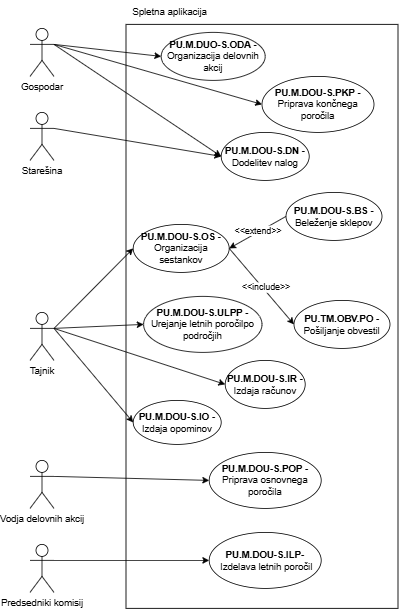
ErnestISv/Lovstvo keeps this draw.io diagram as Delovanje upravnega odbora-Spletna aplikacija.drawio.png. Above is the earlier version. Source tidied: cells renumbered, new cells last; positions are measured from the earlier drawing's top-left corner, leaving out a move shared by most shapes.
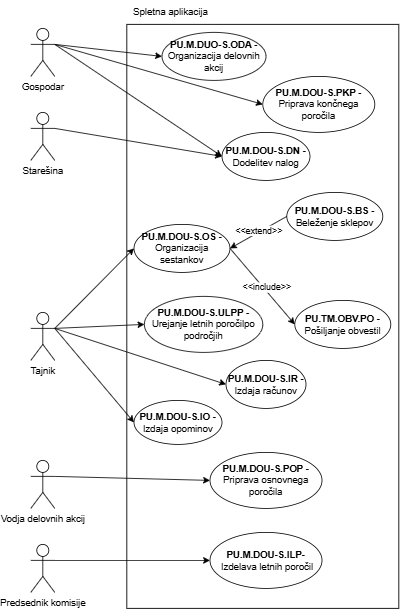
The same diagram one commit later.

The edit, as a diff of the source:
```diff
@@ -83,7 +83,7 @@
     <mxCell id="28" style="endArrow=classic;html=1;rounded=0;exitX=1;exitY=0.3333333333333333;exitDx=0;exitDy=0;exitPerimeter=0;entryX=0;entryY=0.5;entryDx=0;entryDy=0;" parent="1" edge="1" source="26" target="27">
       <mxGeometry relative="1" as="geometry" />
     </mxCell>
-    <mxCell id="29" value="Predsedniki komisij" style="shape=umlActor;verticalLabelPosition=bottom;verticalAlign=top;html=1;outlineConnect=0;" parent="1" vertex="1">
+    <mxCell id="29" value="Predsednik komisije" style="shape=umlActor;verticalLabelPosition=bottom;verticalAlign=top;html=1;outlineConnect=0;" parent="1" vertex="1">
       <mxGeometry y="680" width="30" height="60" as="geometry" />
     </mxCell>
     <mxCell id="30" value="&lt;b&gt;PU.M.DOU-S.ILP-&lt;/b&gt;&amp;nbsp;Izdelava letnih poročil" style="ellipse;whiteSpace=wrap;html=1;" parent="1" vertex="1">
```
